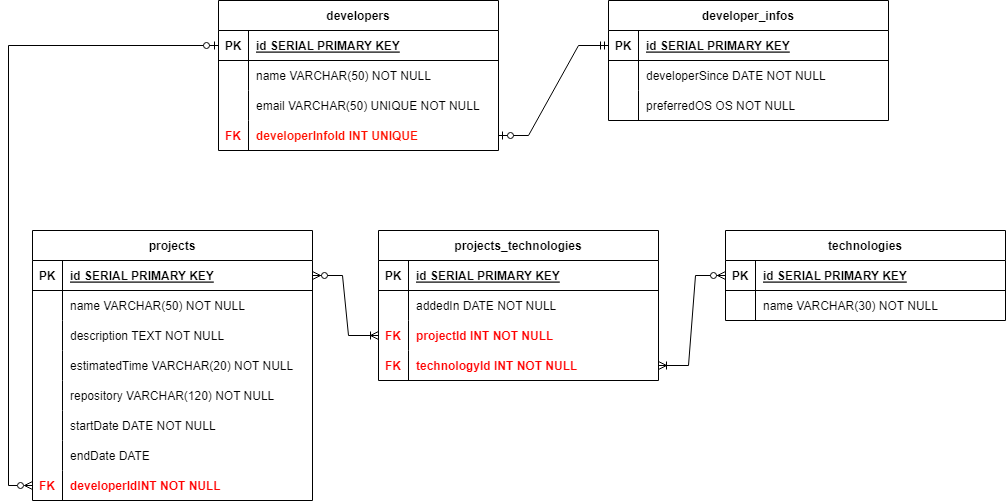
The draw.io diagram Fluxograma.png in matheuscdd/devsclaus, before a commit. Source tidied: cells renumbered, new cells last; positions are measured from the earlier drawing's top-left corner, leaving out a move shared by most shapes.
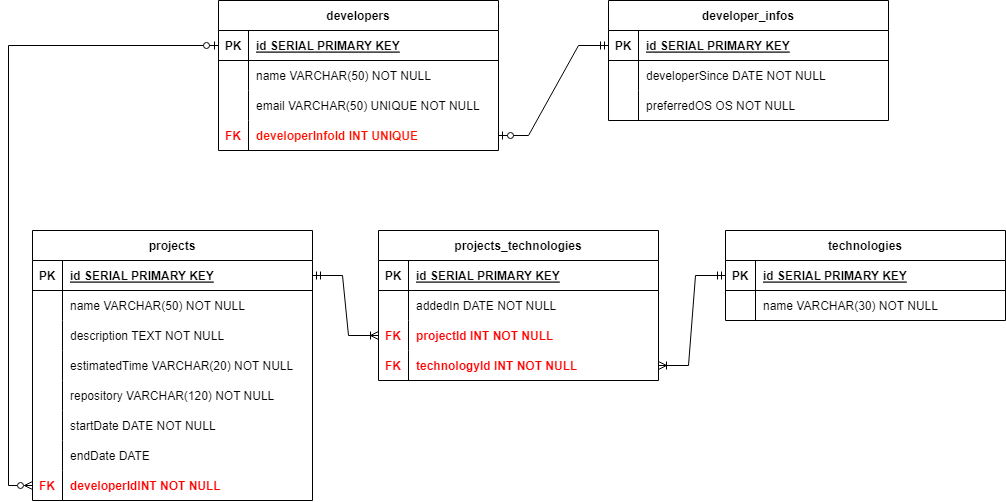
Later version of the same file.

Change to the diagram source:
```diff
@@ -217,10 +217,10 @@
         </Array>
       </mxGeometry>
     </mxCell>
-    <mxCell id="72" style="edgeStyle=entityRelationEdgeStyle;fontSize=12;html=1;endArrow=ERoneToMany;startArrow=ERzeroToMany;rounded=0;fontColor=#FF0000;exitX=1;exitY=0.5;exitDx=0;exitDy=0;entryX=0;entryY=0.5;entryDx=0;entryDy=0;" parent="1" edge="1" source="26" target="64">
+    <mxCell id="72" style="edgeStyle=entityRelationEdgeStyle;fontSize=12;html=1;endArrow=ERoneToMany;startArrow=ERmandOne;rounded=0;fontColor=#FF0000;exitX=1;exitY=0.5;exitDx=0;exitDy=0;entryX=0;entryY=0.5;entryDx=0;entryDy=0;startFill=0;" parent="1" edge="1" source="26" target="64">
       <mxGeometry relative="1" as="geometry" />
     </mxCell>
-    <mxCell id="73" style="edgeStyle=entityRelationEdgeStyle;fontSize=12;html=1;endArrow=ERoneToMany;startArrow=ERzeroToMany;rounded=0;fontColor=#FF0000;exitX=0;exitY=0.5;exitDx=0;exitDy=0;" parent="1" edge="1" source="51" target="67">
+    <mxCell id="73" style="edgeStyle=entityRelationEdgeStyle;fontSize=12;html=1;endArrow=ERoneToMany;startArrow=ERmandOne;rounded=0;fontColor=#FF0000;exitX=0;exitY=0.5;exitDx=0;exitDy=0;startFill=0;" parent="1" edge="1" source="51" target="67">
       <mxGeometry relative="1" as="geometry" />
     </mxCell>
   </root>
```
